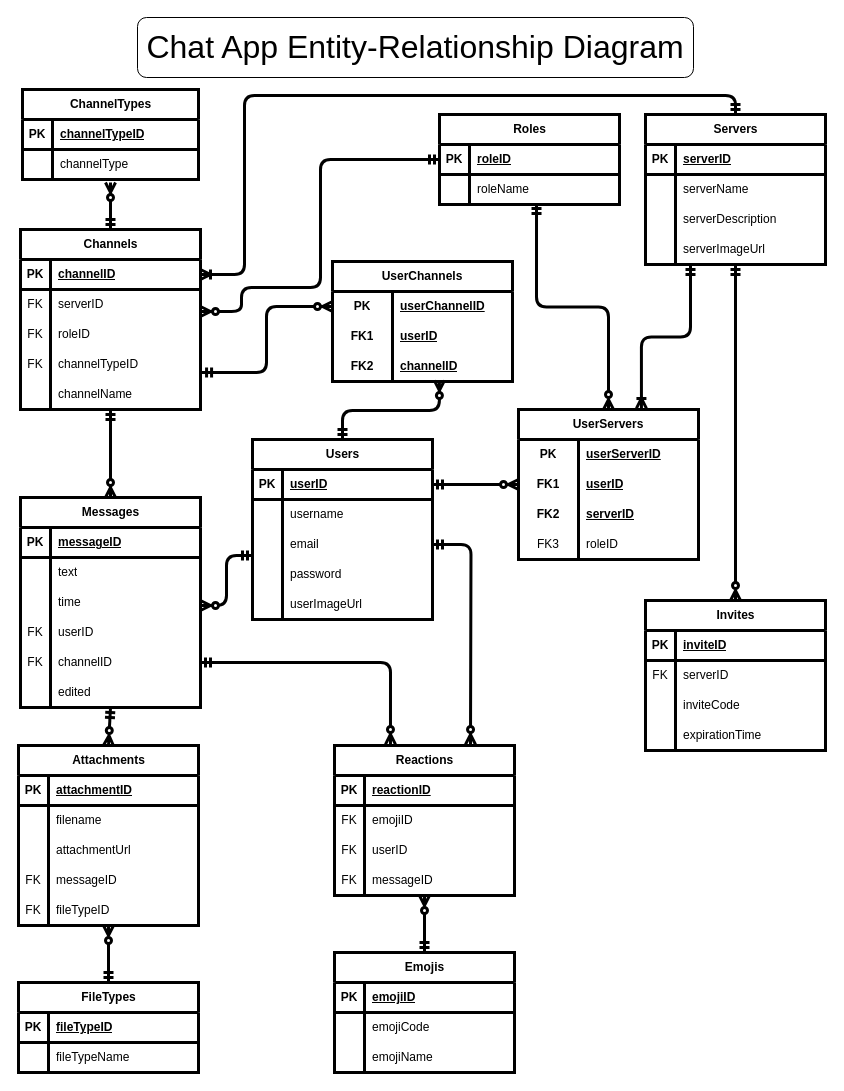
This is database/Chat App ERD.drawio from Lisa-Fink/Chat-App, a draw.io file, before an edit. Source tidied: cells renumbered, new cells numbered last; positions are measured from the earlier drawing's top-left corner, leaving out a move shared by most shapes. Both pictures are drawn from the tidied source at 100%, with x=0, y=0 at pixel (18, 17).
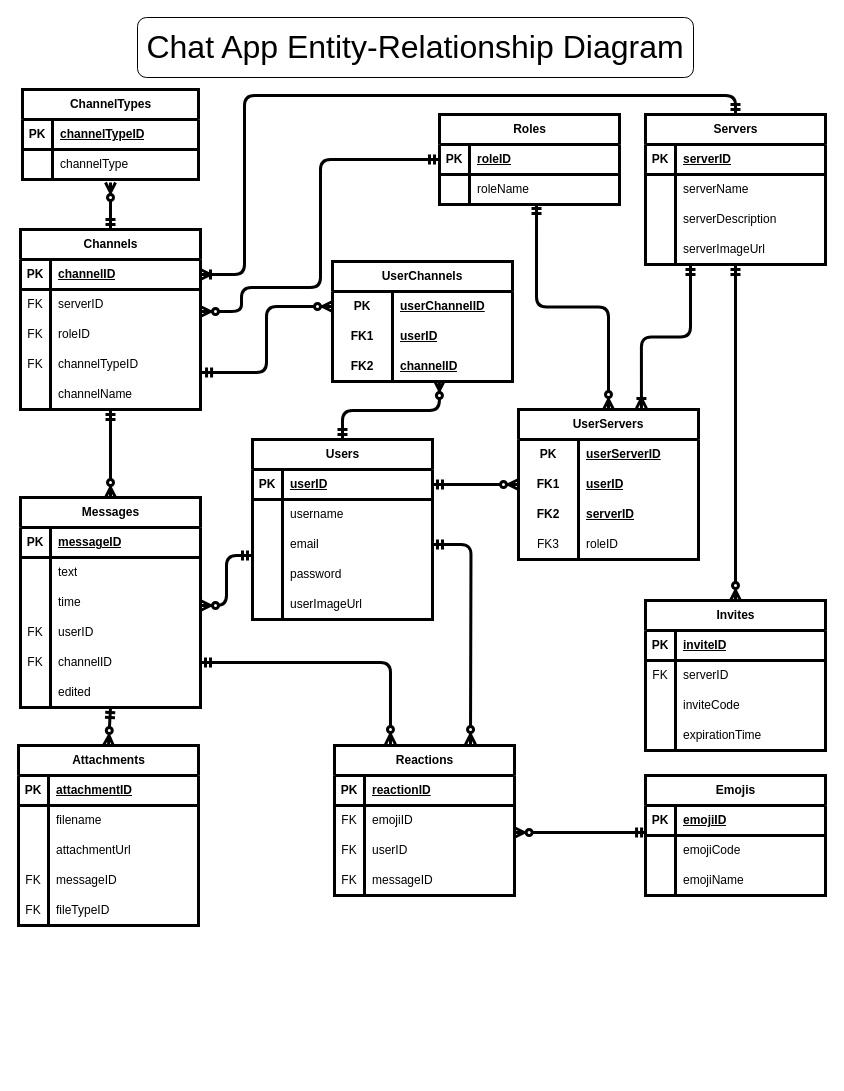
The same page after the edit.

The change refers to these unchanged cells:
```xml
<mxCell id="50" value="Attachments" style="shape=table;startSize=30;childLayout=tableLayout;rowLines=0;fontStyle=1;align=center;html=1;strokeWidth=3;labelBackgroundColor=none;fillColor=none;" parent="1" vertex="1">
  <mxGeometry y="728" width="180" height="180" as="geometry" />
</mxCell>
<mxCell id="70" style="shape=tableRow;horizontal=0;startSize=0;swimlaneHead=0;swimlaneBody=0;points=[[0,0.5],[1,0.5]];portConstraint=eastwest;top=0;left=0;right=0;bottom=0;labelBorderColor=none;strokeWidth=3;labelBackgroundColor=none;fillColor=none;" parent="66" vertex="1">
  <mxGeometry y="60" width="180" height="30" as="geometry" />
</mxCell>
<mxCell id="76" style="shape=tableRow;horizontal=0;startSize=0;swimlaneHead=0;swimlaneBody=0;points=[[0,0.5],[1,0.5]];portConstraint=eastwest;top=0;left=0;right=0;bottom=0;labelBorderColor=none;strokeWidth=3;labelBackgroundColor=none;fillColor=none;" parent="66" vertex="1">
  <mxGeometry y="120" width="180" height="30" as="geometry" />
</mxCell>
<mxCell id="116" style="shape=tableRow;horizontal=0;startSize=0;swimlaneHead=0;swimlaneBody=0;points=[[0,0.5],[1,0.5]];portConstraint=eastwest;top=0;left=0;right=0;bottom=1;labelBorderColor=none;strokeWidth=3;labelBackgroundColor=none;fillColor=none;" parent="115" vertex="1">
  <mxGeometry y="30" width="180" height="30" as="geometry" />
</mxCell>
```

Change to the diagram source:
```diff
@@
-    <mxCell id="107" value="FileTypes" style="shape=table;startSize=30;childLayout=tableLayout;rowLines=0;fontStyle=1;align=center;html=1;labelBorderColor=none;strokeWidth=3;labelBackgroundColor=none;fillColor=none;" parent="1" vertex="1">
-      <mxGeometry y="965" width="180" height="90" as="geometry" />
-    </mxCell>
-    <mxCell id="108" style="shape=tableRow;horizontal=0;startSize=0;swimlaneHead=0;swimlaneBody=0;top=0;left=0;right=0;bottom=1;labelBorderColor=none;strokeWidth=3;labelBackgroundColor=none;fillColor=none;" parent="107" vertex="1">
-      <mxGeometry y="30" width="180" height="30" as="geometry" />
-    </mxCell>
-    <mxCell id="109" value="PK" style="shape=partialRectangle;top=0;left=0;bottom=0;right=0;fontStyle=1;overflow=hidden;whiteSpace=wrap;html=1;labelBorderColor=none;strokeWidth=3;labelBackgroundColor=none;fillColor=none;" parent="108" vertex="1">
-      <mxGeometry width="30" height="30" as="geometry" />
-    </mxCell>
-    <mxCell id="110" value="fileTypeID" style="shape=partialRectangle;top=0;left=0;bottom=0;right=0;align=left;spacingLeft=6;fontStyle=5;overflow=hidden;whiteSpace=wrap;html=1;labelBorderColor=none;strokeWidth=3;labelBackgroundColor=none;fillColor=none;" parent="108" vertex="1">
-      <mxGeometry x="30" width="150" height="30" as="geometry" />
-    </mxCell>
-    <mxCell id="111" style="shape=tableRow;horizontal=0;startSize=0;swimlaneHead=0;swimlaneBody=0;top=0;left=0;right=0;bottom=0;labelBorderColor=none;strokeWidth=3;labelBackgroundColor=none;fillColor=none;" parent="107" vertex="1">
-      <mxGeometry y="60" width="180" height="30" as="geometry" />
-    </mxCell>
-    <mxCell id="112" style="shape=partialRectangle;top=0;left=0;bottom=0;right=0;overflow=hidden;whiteSpace=wrap;html=1;labelBorderColor=none;strokeWidth=3;labelBackgroundColor=none;fillColor=none;" parent="111" vertex="1">
-      <mxGeometry width="30" height="30" as="geometry" />
-    </mxCell>
-    <mxCell id="113" value="fileTypeName" style="shape=partialRectangle;top=0;left=0;bottom=0;right=0;align=left;spacingLeft=6;overflow=hidden;whiteSpace=wrap;html=1;labelBorderColor=none;strokeWidth=3;labelBackgroundColor=none;fillColor=none;" parent="111" vertex="1">
-      <mxGeometry x="30" width="150" height="30" as="geometry" />
-    </mxCell>
-    <mxCell id="114" style="fontSize=12;html=1;endArrow=ERzeroToMany;startArrow=ERmandOne;rounded=1;strokeColor=default;labelBackgroundColor=none;strokeWidth=3;labelBorderColor=none;fillColor=none;endFill=0;entryX=0.5;entryY=1;entryDx=0;entryDy=0;exitX=0.5;exitY=0;exitDx=0;exitDy=0;" parent="1" edge="1" source="107" target="50">
-      <mxGeometry relative="1" as="geometry" />
-    </mxCell>
     <mxCell id="115" value="Emojis" style="shape=table;startSize=30;childLayout=tableLayout;rowLines=0;fontStyle=1;align=center;html=1;labelBorderColor=none;strokeWidth=3;labelBackgroundColor=none;fillColor=none;" parent="1" vertex="1">
-      <mxGeometry x="316" y="935" width="180" height="120" as="geometry" />
+      <mxGeometry x="627" y="758" width="180" height="120" as="geometry" />
     </mxCell>
@@
-    <mxCell id="125" style="fontSize=12;html=1;endArrow=ERzeroToMany;startArrow=ERmandOne;rounded=1;strokeColor=default;exitX=0.5;exitY=0;exitDx=0;exitDy=0;labelBackgroundColor=none;strokeWidth=3;labelBorderColor=none;fillColor=none;endFill=0;entryX=0.5;entryY=1;entryDx=0;entryDy=0;entryPerimeter=0;" parent="1" edge="1" source="115" target="76">
+    <mxCell id="125" style="fontSize=12;html=1;endArrow=ERzeroToMany;startArrow=ERmandOne;rounded=1;strokeColor=default;labelBackgroundColor=none;strokeWidth=3;labelBorderColor=none;fillColor=none;endFill=0;entryX=0.998;entryY=0.9;entryDx=0;entryDy=0;entryPerimeter=0;exitX=0.006;exitY=0.9;exitDx=0;exitDy=0;exitPerimeter=0;" parent="1" edge="1" source="116" target="70">
       <mxGeometry relative="1" as="geometry" />
     </mxCell>
```
